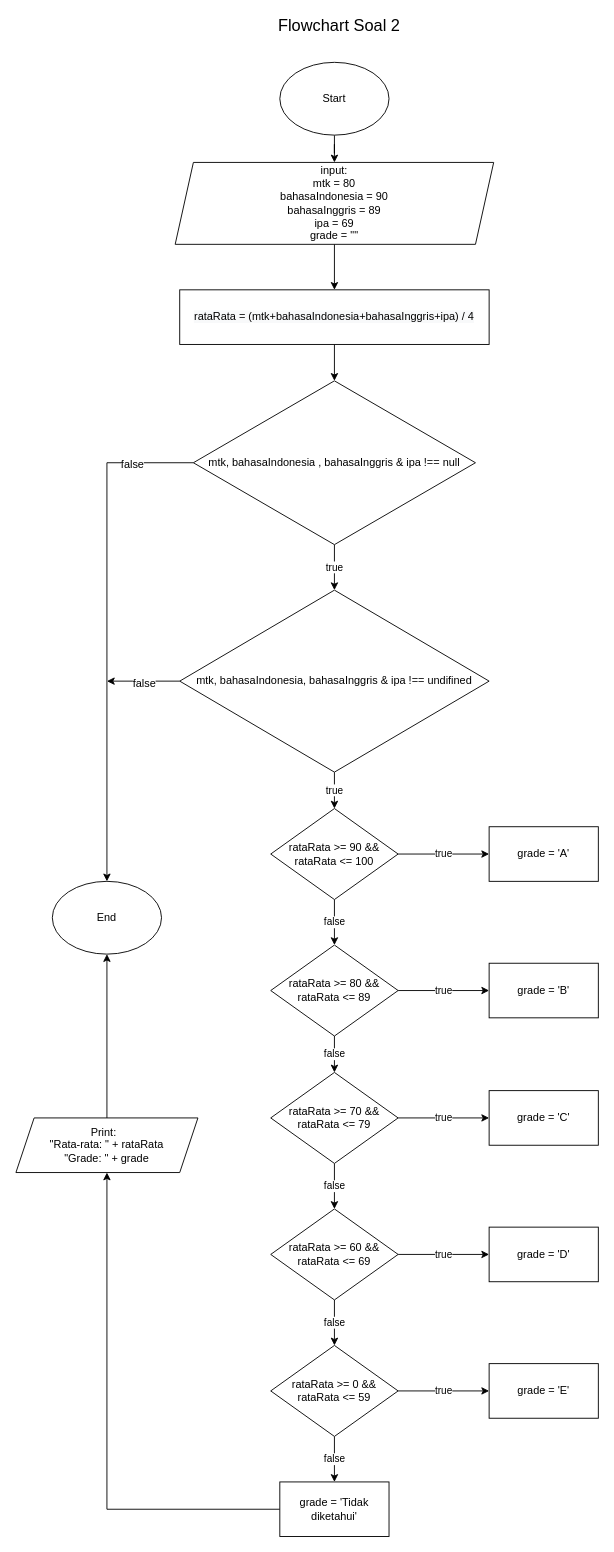
Above: soal2NilaiUN.drawio in rintosaputro/fw5-additional-flowchart (draw.io), before the change. Source tidied: cells renumbered, new cells numbered last; positions are measured from the earlier drawing's top-left corner, leaving out a move shared by most shapes. Both pictures are drawn from the tidied source at 91%, with x=0, y=0 at pixel (15, 16).
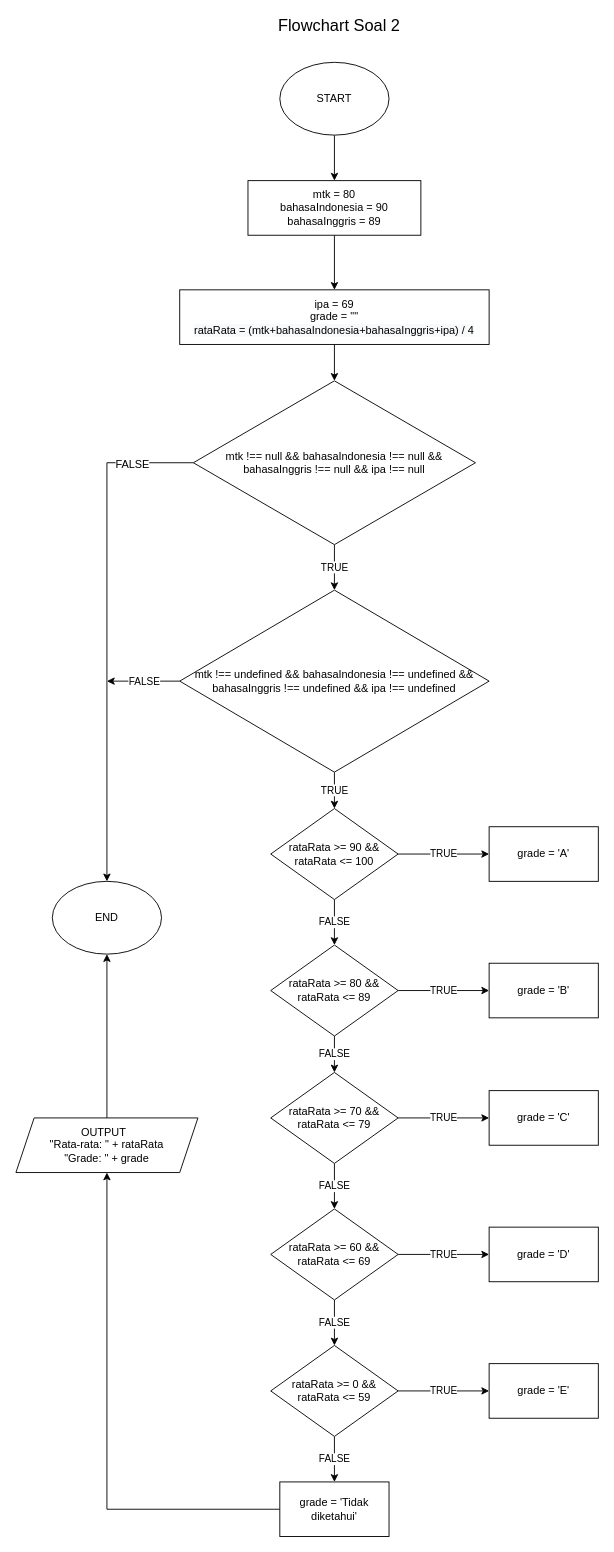
The same diagram, later.

Commit message (it also covers changes not shown here):
Perbaikan Keyword dan simbol

Unchanged cells that the change refers to:
```xml
<mxCell id="15" value="rataRata &amp;gt;= 90 &amp;amp;&amp;amp; rataRata &amp;lt;= 100" style="rhombus;whiteSpace=wrap;html=1;" parent="1" vertex="1">
  <mxGeometry x="280" y="870" width="140" height="100" as="geometry" />
</mxCell>
<mxCell id="16" value="grade = 'A'" style="rounded=0;whiteSpace=wrap;html=1;" parent="1" vertex="1">
  <mxGeometry x="520" y="890" width="120" height="60" as="geometry" />
</mxCell>
<mxCell id="19" value="rataRata &amp;gt;= 80 &amp;amp;&amp;amp; rataRata &amp;lt;= 89" style="rhombus;whiteSpace=wrap;html=1;" parent="1" vertex="1">
  <mxGeometry x="280" y="1020" width="140" height="100" as="geometry" />
</mxCell>
<mxCell id="22" value="rataRata &amp;gt;= 70 &amp;amp;&amp;amp; rataRata &amp;lt;= 79" style="rhombus;whiteSpace=wrap;html=1;" parent="1" vertex="1">
  <mxGeometry x="280" y="1160" width="140" height="100" as="geometry" />
</mxCell>
<mxCell id="25" value="rataRata &amp;gt;= 60 &amp;amp;&amp;amp; rataRata &amp;lt;= 69" style="rhombus;whiteSpace=wrap;html=1;" parent="1" vertex="1">
  <mxGeometry x="280" y="1310" width="140" height="100" as="geometry" />
</mxCell>
<mxCell id="28" value="rataRata &amp;gt;= 0 &amp;amp;&amp;amp; rataRata &amp;lt;= 59" style="rhombus;whiteSpace=wrap;html=1;" parent="1" vertex="1">
  <mxGeometry x="280" y="1460" width="140" height="100" as="geometry" />
</mxCell>
<mxCell id="30" value="grade = 'Tidak diketahui'" style="rounded=0;whiteSpace=wrap;html=1;" parent="1" vertex="1">
  <mxGeometry x="290" y="1610" width="120" height="60" as="geometry" />
</mxCell>
<mxCell id="31" value="grade = 'B'" style="rounded=0;whiteSpace=wrap;html=1;" parent="1" vertex="1">
  <mxGeometry x="520" y="1040" width="120" height="60" as="geometry" />
</mxCell>
<mxCell id="32" value="grade = 'C'" style="rounded=0;whiteSpace=wrap;html=1;" parent="1" vertex="1">
  <mxGeometry x="520" y="1180" width="120" height="60" as="geometry" />
</mxCell>
<mxCell id="33" value="grade = 'D'" style="rounded=0;whiteSpace=wrap;html=1;" parent="1" vertex="1">
  <mxGeometry x="520" y="1330" width="120" height="60" as="geometry" />
</mxCell>
<mxCell id="34" value="grade = 'E'" style="rounded=0;whiteSpace=wrap;html=1;" parent="1" vertex="1">
  <mxGeometry x="520" y="1480" width="120" height="60" as="geometry" />
</mxCell>
```

The edit, as a diff of the source:
```diff
@@
-    <mxCell id="2" style="edgeStyle=orthogonalEdgeStyle;rounded=0;jettySize=auto;html=1;" parent="1" edge="1" source="3" target="6">
-      <mxGeometry relative="1" as="geometry" />
-    </mxCell>
+    <mxCell id="40" style="edgeStyle=orthogonalEdgeStyle;rounded=0;jettySize=auto;html=1;" parent="1" edge="1" source="3" target="43">
+      <mxGeometry relative="1" as="geometry" />
+    </mxCell>
-    <mxCell id="3" value="Start" style="ellipse;whiteSpace=wrap;html=1;" parent="1" vertex="1">
+    <mxCell id="3" value="START" style="ellipse;whiteSpace=wrap;html=1;" parent="1" vertex="1">
       <mxGeometry x="290" y="50" width="120" height="80" as="geometry" />
     </mxCell>
@@
-    <mxCell id="5" style="edgeStyle=orthogonalEdgeStyle;rounded=0;jettySize=auto;html=1;" parent="1" edge="1" source="6" target="36">
-      <mxGeometry relative="1" as="geometry" />
-    </mxCell>
-    <mxCell id="6" value="input:&lt;br&gt;mtk = 80&lt;br&gt;bahasaIndonesia = 90&lt;br&gt;bahasaInggris = 89&lt;br&gt;ipa = 69&lt;br&gt;grade = &quot;&quot;" style="shape=parallelogram;perimeter=parallelogramPerimeter;whiteSpace=wrap;html=1;fixedSize=1;" parent="1" vertex="1">
-      <mxGeometry x="175" y="160" width="350" height="90" as="geometry" />
-    </mxCell>
+    <mxCell id="8" value="&lt;span style=&quot;font-size: 12px&quot;&gt;FALSE&lt;/span&gt;" style="edgeStyle=orthogonalEdgeStyle;rounded=0;jettySize=auto;html=1;fontSize=18;entryX=0.5;entryY=0;entryDx=0;entryDy=0;" parent="1" edge="1" source="9" target="39">
+      <mxGeometry x="-0.76" relative="1" as="geometry" />
+    </mxCell>
-    <mxCell id="7" value="true" style="edgeStyle=orthogonalEdgeStyle;rounded=0;jettySize=auto;html=1;" parent="1" edge="1" source="9" target="12">
+    <mxCell id="7" value="TRUE" style="edgeStyle=orthogonalEdgeStyle;rounded=0;jettySize=auto;html=1;" parent="1" edge="1" source="9" target="12">
       <mxGeometry relative="1" as="geometry" />
     </mxCell>
-    <mxCell id="8" value="&lt;font style=&quot;font-size: 12px&quot;&gt;false&lt;/font&gt;" style="edgeStyle=orthogonalEdgeStyle;rounded=0;jettySize=auto;html=1;fontSize=18;entryX=0.5;entryY=0;entryDx=0;entryDy=0;" parent="1" edge="1" source="9" target="39">
-      <mxGeometry x="-0.76" relative="1" as="geometry" />
-    </mxCell>
-    <mxCell id="9" value="mtk, bahasaIndonesia , bahasaInggris &amp;amp; ipa !== null" style="rhombus;whiteSpace=wrap;html=1;" parent="1" vertex="1">
+    <mxCell id="9" value="mtk !== null &amp;amp;&amp;amp; bahasaIndonesia !== null &amp;amp;&amp;amp; bahasaInggris !== null &amp;amp;&amp;amp; ipa !== null" style="rhombus;whiteSpace=wrap;html=1;" parent="1" vertex="1">
       <mxGeometry x="195" y="400" width="310" height="180" as="geometry" />
     </mxCell>
+    <mxCell id="41" value="FALSE" style="edgeStyle=orthogonalEdgeStyle;rounded=0;jettySize=auto;html=1;" parent="1" edge="1" source="12">
+      <mxGeometry relative="1" as="geometry">
+        <mxPoint x="100" y="730" as="targetPoint" />
+      </mxGeometry>
+    </mxCell>
-    <mxCell id="10" value="true" style="edgeStyle=orthogonalEdgeStyle;rounded=0;jettySize=auto;html=1;" parent="1" edge="1" source="12" target="15">
+    <mxCell id="10" value="TRUE" style="edgeStyle=orthogonalEdgeStyle;rounded=0;jettySize=auto;html=1;" parent="1" edge="1" source="12" target="15">
       <mxGeometry relative="1" as="geometry" />
     </mxCell>
-    <mxCell id="11" value="&lt;font style=&quot;font-size: 12px&quot;&gt;false&lt;/font&gt;" style="edgeStyle=orthogonalEdgeStyle;rounded=0;jettySize=auto;html=1;fontSize=18;" parent="1" edge="1" source="12">
-      <mxGeometry relative="1" as="geometry">
-        <mxPoint x="100" y="730" as="targetPoint" />
-      </mxGeometry>
-    </mxCell>
-    <mxCell id="12" value="mtk, bahasaIndonesia, bahasaInggris &amp;amp; ipa !== undifined" style="rhombus;whiteSpace=wrap;html=1;" parent="1" vertex="1">
+    <mxCell id="12" value="mtk !== undefined &amp;amp;&amp;amp; bahasaIndonesia !== undefined &amp;amp;&amp;amp; bahasaInggris !== undefined &amp;amp;&amp;amp; ipa !== undefined" style="rhombus;whiteSpace=wrap;html=1;" parent="1" vertex="1">
       <mxGeometry x="180" y="630" width="340" height="200" as="geometry" />
     </mxCell>
+    <mxCell id="14" value="FALSE" style="edgeStyle=orthogonalEdgeStyle;rounded=0;jettySize=auto;html=1;" parent="1" edge="1" source="15" target="19">
+      <mxGeometry relative="1" as="geometry" />
+    </mxCell>
-    <mxCell id="13" value="true" style="edgeStyle=orthogonalEdgeStyle;rounded=0;jettySize=auto;html=1;" parent="1" edge="1" source="15" target="16">
+    <mxCell id="13" value="TRUE" style="edgeStyle=orthogonalEdgeStyle;rounded=0;jettySize=auto;html=1;" parent="1" edge="1" source="15" target="16">
       <mxGeometry relative="1" as="geometry" />
     </mxCell>
-    <mxCell id="14" value="false" style="edgeStyle=orthogonalEdgeStyle;rounded=0;jettySize=auto;html=1;" parent="1" edge="1" source="15" target="19">
-      <mxGeometry relative="1" as="geometry" />
-    </mxCell>
@@
-    <mxCell id="17" value="false" style="edgeStyle=orthogonalEdgeStyle;rounded=0;jettySize=auto;html=1;" parent="1" edge="1" source="19" target="22">
+    <mxCell id="17" value="FALSE" style="edgeStyle=orthogonalEdgeStyle;rounded=0;jettySize=auto;html=1;" parent="1" edge="1" source="19" target="22">
       <mxGeometry relative="1" as="geometry" />
     </mxCell>
-    <mxCell id="18" value="true" style="edgeStyle=orthogonalEdgeStyle;rounded=0;jettySize=auto;html=1;" parent="1" edge="1" source="19" target="31">
+    <mxCell id="18" value="TRUE" style="edgeStyle=orthogonalEdgeStyle;rounded=0;jettySize=auto;html=1;" parent="1" edge="1" source="19" target="31">
       <mxGeometry relative="1" as="geometry" />
     </mxCell>
@@
-    <mxCell id="20" value="false" style="edgeStyle=orthogonalEdgeStyle;rounded=0;jettySize=auto;html=1;" parent="1" edge="1" source="22" target="25">
+    <mxCell id="20" value="FALSE" style="edgeStyle=orthogonalEdgeStyle;rounded=0;jettySize=auto;html=1;" parent="1" edge="1" source="22" target="25">
       <mxGeometry relative="1" as="geometry" />
     </mxCell>
-    <mxCell id="21" value="true" style="edgeStyle=orthogonalEdgeStyle;rounded=0;jettySize=auto;html=1;" parent="1" edge="1" source="22" target="32">
+    <mxCell id="21" value="TRUE" style="edgeStyle=orthogonalEdgeStyle;rounded=0;jettySize=auto;html=1;" parent="1" edge="1" source="22" target="32">
       <mxGeometry relative="1" as="geometry" />
     </mxCell>
@@
-    <mxCell id="23" value="false" style="edgeStyle=orthogonalEdgeStyle;rounded=0;jettySize=auto;html=1;" parent="1" edge="1" source="25" target="28">
+    <mxCell id="23" value="FALSE" style="edgeStyle=orthogonalEdgeStyle;rounded=0;jettySize=auto;html=1;" parent="1" edge="1" source="25" target="28">
       <mxGeometry relative="1" as="geometry" />
     </mxCell>
-    <mxCell id="24" value="true" style="edgeStyle=orthogonalEdgeStyle;rounded=0;jettySize=auto;html=1;" parent="1" edge="1" source="25" target="33">
+    <mxCell id="24" value="TRUE" style="edgeStyle=orthogonalEdgeStyle;rounded=0;jettySize=auto;html=1;" parent="1" edge="1" source="25" target="33">
       <mxGeometry relative="1" as="geometry" />
     </mxCell>
@@
-    <mxCell id="26" value="false" style="edgeStyle=orthogonalEdgeStyle;rounded=0;jettySize=auto;html=1;" parent="1" edge="1" source="28" target="30">
+    <mxCell id="26" value="FALSE" style="edgeStyle=orthogonalEdgeStyle;rounded=0;jettySize=auto;html=1;" parent="1" edge="1" source="28" target="30">
       <mxGeometry relative="1" as="geometry" />
     </mxCell>
-    <mxCell id="27" value="true" style="edgeStyle=orthogonalEdgeStyle;rounded=0;jettySize=auto;html=1;" parent="1" edge="1" source="28" target="34">
+    <mxCell id="27" value="TRUE" style="edgeStyle=orthogonalEdgeStyle;rounded=0;jettySize=auto;html=1;" parent="1" edge="1" source="28" target="34">
       <mxGeometry relative="1" as="geometry" />
     </mxCell>
@@
-    <mxCell id="36" value="&#10;&#10;&lt;span style=&quot;color: rgb(0, 0, 0); font-family: helvetica; font-size: 12px; font-style: normal; font-weight: 400; letter-spacing: normal; text-align: center; text-indent: 0px; text-transform: none; word-spacing: 0px; background-color: rgb(248, 249, 250); display: inline; float: none;&quot;&gt;rataRata = (mtk+bahasaIndonesia+bahasaInggris+ipa) / 4&lt;/span&gt;&#10;&#10;" style="rounded=0;whiteSpace=wrap;html=1;" parent="1" vertex="1">
+    <mxCell id="36" value="ipa = 69&lt;br&gt;grade = &quot;&quot;&lt;br&gt;&lt;span style=&quot;color: rgb(0 , 0 , 0) ; font-family: &amp;#34;helvetica&amp;#34; ; font-size: 12px ; font-style: normal ; font-weight: 400 ; letter-spacing: normal ; text-align: center ; text-indent: 0px ; text-transform: none ; word-spacing: 0px ; background-color: rgb(248 , 249 , 250) ; display: inline ; float: none&quot;&gt;rataRata = (mtk+bahasaIndonesia+bahasaInggris+ipa) / 4&lt;/span&gt;" style="rounded=0;whiteSpace=wrap;html=1;" parent="1" vertex="1">
       <mxGeometry x="180" y="300" width="340" height="60" as="geometry" />
     </mxCell>
@@
-    <mxCell id="38" value="Print:&amp;nbsp;&amp;nbsp;&lt;br&gt;&quot;Rata-rata: &quot; + rataRata&lt;br&gt;&quot;Grade: &quot; + grade" style="shape=parallelogram;perimeter=parallelogramPerimeter;whiteSpace=wrap;html=1;fixedSize=1;" parent="1" vertex="1">
+    <mxCell id="38" value="OUTPUT&amp;nbsp;&amp;nbsp;&lt;br&gt;&quot;Rata-rata: &quot; + rataRata&lt;br&gt;&quot;Grade: &quot; + grade" style="shape=parallelogram;perimeter=parallelogramPerimeter;whiteSpace=wrap;html=1;fixedSize=1;" parent="1" vertex="1">
       <mxGeometry y="1210" width="200" height="60" as="geometry" />
     </mxCell>
-    <mxCell id="39" value="End" style="ellipse;whiteSpace=wrap;html=1;" parent="1" vertex="1">
+    <mxCell id="39" value="END" style="ellipse;whiteSpace=wrap;html=1;" parent="1" vertex="1">
       <mxGeometry x="40" y="950" width="120" height="80" as="geometry" />
     </mxCell>
+    <mxCell id="42" style="edgeStyle=orthogonalEdgeStyle;rounded=0;jettySize=auto;html=1;" parent="1" edge="1" source="43" target="36">
+      <mxGeometry relative="1" as="geometry" />
+    </mxCell>
+    <mxCell id="43" value="&lt;span&gt;mtk = 80&lt;/span&gt;&lt;br&gt;&lt;span&gt;bahasaIndonesia = 90&lt;/span&gt;&lt;br&gt;&lt;span&gt;bahasaInggris = 89&lt;/span&gt;" style="rounded=0;whiteSpace=wrap;html=1;" parent="1" vertex="1">
+      <mxGeometry x="255" y="180" width="190" height="60" as="geometry" />
+    </mxCell>
```
